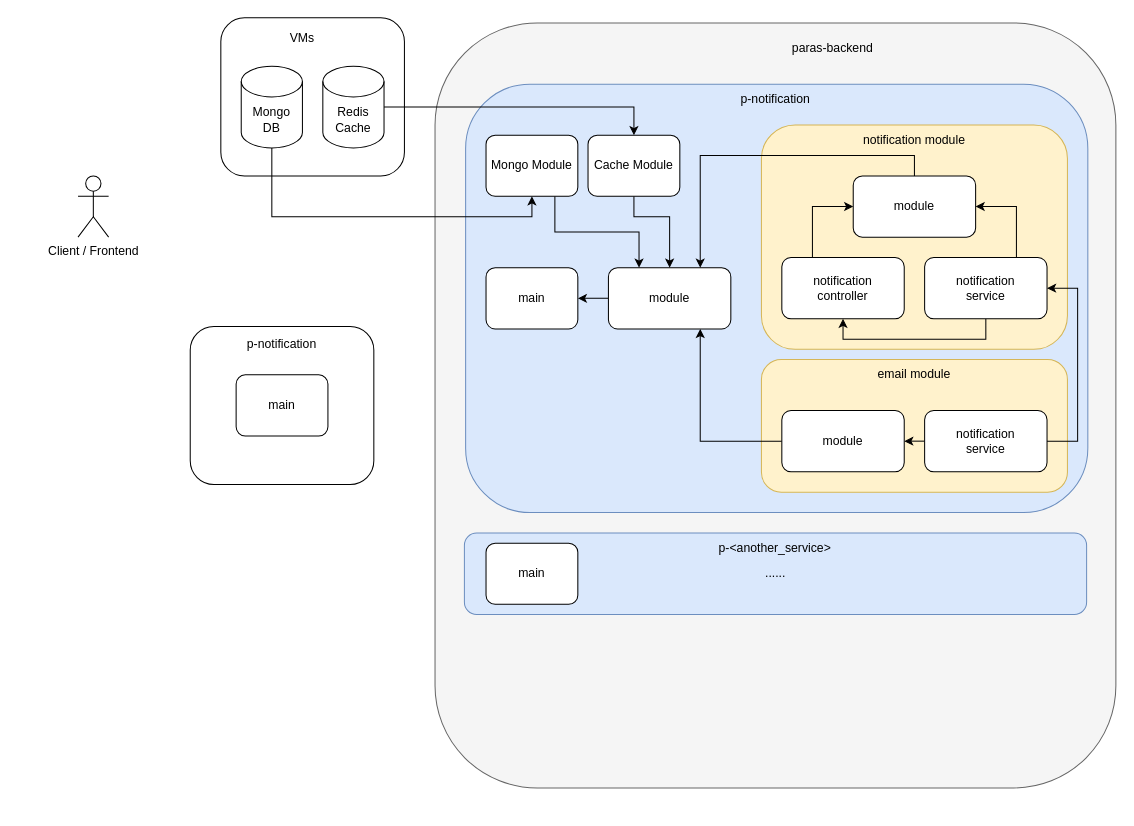
joundy/diagrams keeps this draw.io diagram as Untitled Diagram.drawio. Above is the earlier version. Source tidied: cells renumbered, new cells numbered last; positions are measured from the earlier drawing's top-left corner, leaving out a move shared by most shapes. Both pictures are drawn from the tidied source at 102%, with x=0, y=0 at pixel (78, 17).
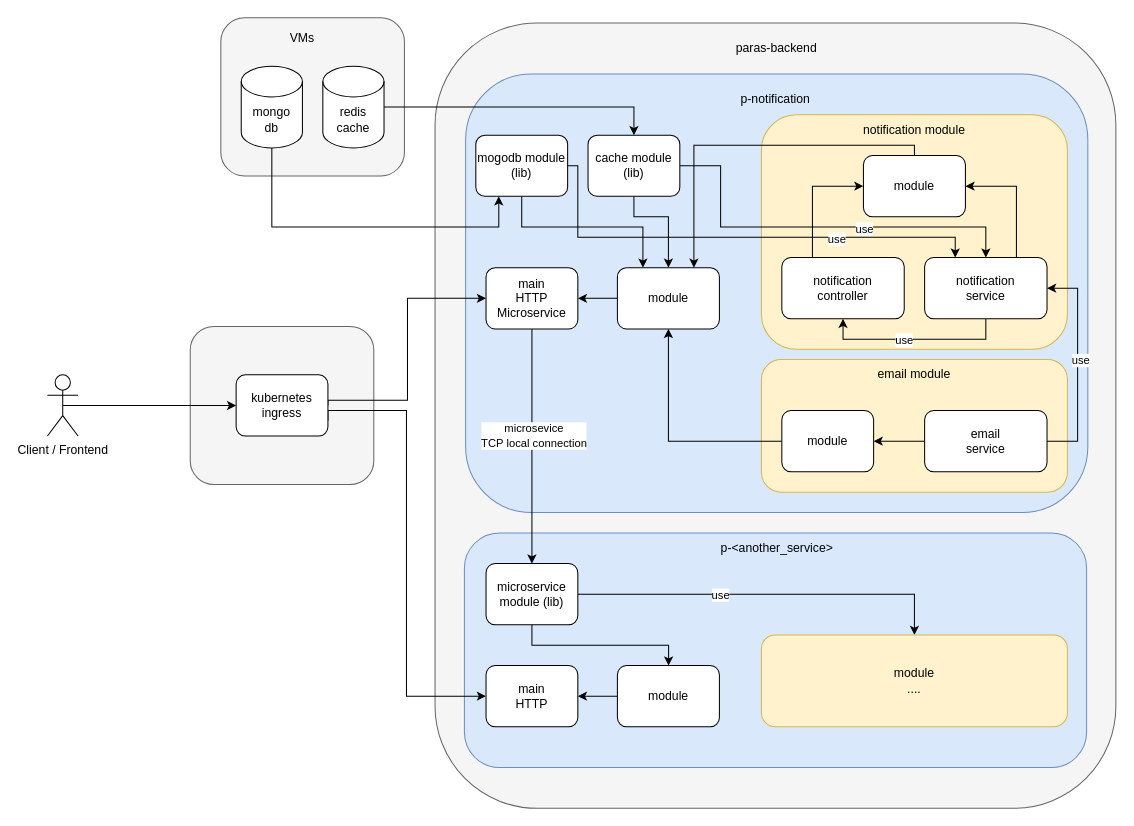
After the change.

Unchanged cells that the change refers to:
```xml
<mxCell id="14" style="edgeStyle=orthogonalEdgeStyle;rounded=0;jettySize=auto;html=1;exitX=0.5;exitY=1;exitDx=0;exitDy=0;entryX=0.5;entryY=1;entryDx=0;entryDy=0;" parent="1" edge="1" source="15" target="12">
  <mxGeometry relative="1" as="geometry">
    <Array as="points">
      <mxPoint x="890" y="315" />
      <mxPoint x="750" y="315" />
    </Array>
  </mxGeometry>
</mxCell>
<mxCell id="15" value="notification&lt;br&gt;service" style="rounded=1;whiteSpace=wrap;html=1;" parent="1" vertex="1">
  <mxGeometry x="830" y="235" width="120" height="60" as="geometry" />
</mxCell>
```

Change to the diagram source:
```diff
@@
-    <mxCell id="2" style="rounded=1;whiteSpace=wrap;html=1;" parent="1" vertex="1">
+    <mxCell id="2" style="rounded=1;whiteSpace=wrap;html=1;fillColor=#f5f5f5;fontColor=#333333;strokeColor=#666666;" parent="1" vertex="1">
       <mxGeometry x="140" width="180" height="155" as="geometry" />
     </mxCell>
     <mxCell id="3" style="rounded=1;whiteSpace=wrap;html=1;fillColor=#f5f5f5;fontColor=#333333;strokeColor=#666666;" parent="1" vertex="1">
-      <mxGeometry x="350" y="5" width="667.5" height="750" as="geometry" />
+      <mxGeometry x="350" y="5" width="667.5" height="770" as="geometry" />
     </mxCell>
     <mxCell id="4" style="rounded=1;whiteSpace=wrap;html=1;fillColor=#dae8fc;strokeColor=#6c8ebf;" parent="1" vertex="1">
-      <mxGeometry x="380" y="65" width="610" height="420" as="geometry" />
+      <mxGeometry x="380" y="55" width="610" height="430" as="geometry" />
     </mxCell>
     <mxCell id="5" value="Client / Frontend" style="shape=umlActor;verticalLabelPosition=bottom;verticalAlign=top;html=1;outlineConnect=0;" parent="1" vertex="1">
-      <mxGeometry y="155" width="30" height="60" as="geometry" />
+      <mxGeometry x="-30" y="350" width="30" height="60" as="geometry" />
     </mxCell>
@@
     <mxCell id="7" value="module" style="rounded=1;whiteSpace=wrap;html=1;" parent="1" vertex="1">
-      <mxGeometry x="520" y="245" width="120" height="60" as="geometry" />
+      <mxGeometry x="528.8" y="245" width="100" height="60" as="geometry" />
     </mxCell>
-    <mxCell id="8" style="edgeStyle=orthogonalEdgeStyle;rounded=0;jettySize=auto;html=1;exitX=0.5;exitY=1;exitDx=0;exitDy=0;exitPerimeter=0;entryX=0.5;entryY=1;entryDx=0;entryDy=0;" parent="1" edge="1" source="9" target="33">
-      <mxGeometry relative="1" as="geometry" />
+    <mxCell id="8" style="edgeStyle=orthogonalEdgeStyle;rounded=0;jettySize=auto;html=1;exitX=0.5;exitY=1;exitDx=0;exitDy=0;exitPerimeter=0;entryX=0.25;entryY=1;entryDx=0;entryDy=0;" parent="1" edge="1" source="9" target="33">
+      <mxGeometry relative="1" as="geometry">
+        <Array as="points">
+          <mxPoint x="190" y="205" />
+          <mxPoint x="413" y="205" />
+        </Array>
+      </mxGeometry>
     </mxCell>
-    <mxCell id="9" value="Mongo&lt;br&gt;DB" style="shape=cylinder3;whiteSpace=wrap;html=1;boundedLbl=1;backgroundOutline=1;size=15;" parent="1" vertex="1">
+    <mxCell id="9" value="mongo&lt;br&gt;db" style="shape=cylinder3;whiteSpace=wrap;html=1;boundedLbl=1;backgroundOutline=1;size=15;" parent="1" vertex="1">
       <mxGeometry x="160" y="47.5" width="60" height="80" as="geometry" />
     </mxCell>
     <mxCell id="10" style="rounded=1;whiteSpace=wrap;html=1;fillColor=#fff2cc;strokeColor=#d6b656;" parent="1" vertex="1">
-      <mxGeometry x="670" y="105" width="300" height="220" as="geometry" />
+      <mxGeometry x="670" y="95" width="300" height="230" as="geometry" />
     </mxCell>
@@
+    <mxCell id="42" value="use" style="edgeLabel;html=1;align=center;verticalAlign=middle;" parent="14" vertex="1">
+      <mxGeometry x="0.1" y="-3" relative="1" as="geometry">
+        <mxPoint x="-2" y="3" as="offset" />
+      </mxGeometry>
+    </mxCell>
@@
     <mxCell id="16" style="edgeStyle=orthogonalEdgeStyle;rounded=0;jettySize=auto;html=1;exitX=0.5;exitY=0;exitDx=0;exitDy=0;entryX=0.75;entryY=0;entryDx=0;entryDy=0;" parent="1" edge="1" source="17" target="7">
-      <mxGeometry relative="1" as="geometry" />
+      <mxGeometry relative="1" as="geometry">
+        <Array as="points">
+          <mxPoint x="820" y="125" />
+          <mxPoint x="604" y="125" />
+        </Array>
+      </mxGeometry>
     </mxCell>
     <mxCell id="17" value="module" style="rounded=1;whiteSpace=wrap;html=1;" parent="1" vertex="1">
-      <mxGeometry x="760" y="155" width="120" height="60" as="geometry" />
+      <mxGeometry x="770" y="135" width="100" height="60" as="geometry" />
     </mxCell>
     <mxCell id="18" value="notification module" style="text;html=1;strokeColor=none;fillColor=none;align=center;verticalAlign=middle;whiteSpace=wrap;rounded=0;" parent="1" vertex="1">
-      <mxGeometry x="765" y="105" width="110" height="30" as="geometry" />
+      <mxGeometry x="765" y="95" width="110" height="30" as="geometry" />
     </mxCell>
@@
-    <mxCell id="23" value="notification&lt;br&gt;service" style="rounded=1;whiteSpace=wrap;html=1;" parent="1" vertex="1">
+    <mxCell id="23" value="email&lt;br&gt;service" style="rounded=1;whiteSpace=wrap;html=1;" parent="1" vertex="1">
       <mxGeometry x="830" y="385" width="120" height="60" as="geometry" />
     </mxCell>
-    <mxCell id="24" style="edgeStyle=orthogonalEdgeStyle;rounded=0;jettySize=auto;html=1;exitX=0;exitY=0.5;exitDx=0;exitDy=0;entryX=0.75;entryY=1;entryDx=0;entryDy=0;" parent="1" edge="1" source="25" target="7">
+    <mxCell id="24" style="edgeStyle=orthogonalEdgeStyle;rounded=0;jettySize=auto;html=1;exitX=0;exitY=0.5;exitDx=0;exitDy=0;entryX=0.5;entryY=1;entryDx=0;entryDy=0;" parent="1" edge="1" source="25" target="7">
       <mxGeometry relative="1" as="geometry" />
     </mxCell>
     <mxCell id="25" value="module" style="rounded=1;whiteSpace=wrap;html=1;" parent="1" vertex="1">
-      <mxGeometry x="690" y="385" width="120" height="60" as="geometry" />
+      <mxGeometry x="690" y="385" width="90" height="60" as="geometry" />
     </mxCell>
@@
     <mxCell id="27" value="paras-backend" style="text;html=1;strokeColor=none;fillColor=none;align=center;verticalAlign=middle;whiteSpace=wrap;rounded=0;" parent="1" vertex="1">
-      <mxGeometry x="685" y="15" width="110" height="30" as="geometry" />
+      <mxGeometry x="630" y="15" width="110" height="30" as="geometry" />
     </mxCell>
@@
-    <mxCell id="30" value="Redis&lt;br&gt;Cache" style="shape=cylinder3;whiteSpace=wrap;html=1;boundedLbl=1;backgroundOutline=1;size=15;" parent="1" vertex="1">
+    <mxCell id="30" value="redis&lt;br&gt;cache" style="shape=cylinder3;whiteSpace=wrap;html=1;boundedLbl=1;backgroundOutline=1;size=15;" parent="1" vertex="1">
       <mxGeometry x="240" y="47.5" width="60" height="80" as="geometry" />
     </mxCell>
-    <mxCell id="31" value="main" style="rounded=1;whiteSpace=wrap;html=1;" parent="1" vertex="1">
+    <mxCell id="31" value="main&lt;br&gt;HTTP&lt;br&gt;Microservice" style="rounded=1;whiteSpace=wrap;html=1;" parent="1" vertex="1">
       <mxGeometry x="400" y="245" width="90" height="60" as="geometry" />
     </mxCell>
-    <mxCell id="32" style="edgeStyle=orthogonalEdgeStyle;rounded=0;jettySize=auto;html=1;exitX=0.75;exitY=1;exitDx=0;exitDy=0;entryX=0.25;entryY=0;entryDx=0;entryDy=0;" parent="1" edge="1" source="33" target="7">
-      <mxGeometry relative="1" as="geometry" />
+    <mxCell id="32" style="edgeStyle=orthogonalEdgeStyle;rounded=0;jettySize=auto;html=1;exitX=0.5;exitY=1;exitDx=0;exitDy=0;entryX=0.25;entryY=0;entryDx=0;entryDy=0;" parent="1" edge="1" source="33" target="7">
+      <mxGeometry relative="1" as="geometry">
+        <Array as="points">
+          <mxPoint x="435" y="205" />
+          <mxPoint x="554" y="205" />
+        </Array>
+      </mxGeometry>
     </mxCell>
+    <mxCell id="43" style="edgeStyle=orthogonalEdgeStyle;rounded=0;jettySize=auto;html=1;exitX=1;exitY=0.5;exitDx=0;exitDy=0;entryX=0.25;entryY=0;entryDx=0;entryDy=0;" parent="1" edge="1" source="33" target="15">
+      <mxGeometry relative="1" as="geometry">
+        <Array as="points">
+          <mxPoint x="490" y="145" />
+          <mxPoint x="490" y="215" />
+          <mxPoint x="860" y="215" />
+        </Array>
+      </mxGeometry>
+    </mxCell>
-    <mxCell id="33" value="Mongo Module" style="rounded=1;whiteSpace=wrap;html=1;" parent="1" vertex="1">
-      <mxGeometry x="400" y="115" width="90" height="60" as="geometry" />
+    <mxCell id="33" value="mogodb module (lib)" style="rounded=1;whiteSpace=wrap;html=1;" parent="1" vertex="1">
+      <mxGeometry x="390" y="115" width="90" height="60" as="geometry" />
     </mxCell>
     <mxCell id="34" style="edgeStyle=orthogonalEdgeStyle;rounded=0;jettySize=auto;html=1;exitX=0.5;exitY=1;exitDx=0;exitDy=0;entryX=0.5;entryY=0;entryDx=0;entryDy=0;" parent="1" edge="1" source="35" target="7">
       <mxGeometry relative="1" as="geometry">
         <Array as="points">
           <mxPoint x="545" y="195" />
-          <mxPoint x="580" y="195" />
+          <mxPoint x="579" y="195" />
         </Array>
       </mxGeometry>
     </mxCell>
+    <mxCell id="44" style="edgeStyle=orthogonalEdgeStyle;rounded=0;jettySize=auto;html=1;exitX=1;exitY=0.5;exitDx=0;exitDy=0;entryX=0.5;entryY=0;entryDx=0;entryDy=0;" parent="1" edge="1" source="35" target="15">
+      <mxGeometry relative="1" as="geometry">
+        <Array as="points">
+          <mxPoint x="630" y="145" />
+          <mxPoint x="630" y="205" />
+          <mxPoint x="890" y="205" />
+        </Array>
+      </mxGeometry>
+    </mxCell>
-    <mxCell id="35" value="Cache Module" style="rounded=1;whiteSpace=wrap;html=1;" parent="1" vertex="1">
+    <mxCell id="35" value="cache module&lt;br&gt;(lib)" style="rounded=1;whiteSpace=wrap;html=1;" parent="1" vertex="1">
       <mxGeometry x="500" y="115" width="90" height="60" as="geometry" />
     </mxCell>
-    <mxCell id="36" value="......" style="rounded=1;whiteSpace=wrap;html=1;fillColor=#dae8fc;strokeColor=#6c8ebf;" parent="1" vertex="1">
-      <mxGeometry x="378.8" y="505" width="610" height="80" as="geometry" />
+    <mxCell id="36" style="rounded=1;whiteSpace=wrap;html=1;fillColor=#dae8fc;strokeColor=#6c8ebf;" parent="1" vertex="1">
+      <mxGeometry x="378.8" y="505" width="610" height="230" as="geometry" />
     </mxCell>
     <mxCell id="37" value="p-&amp;lt;another_service&amp;gt;" style="text;html=1;strokeColor=none;fillColor=none;align=center;verticalAlign=middle;whiteSpace=wrap;rounded=0;" parent="1" vertex="1">
-      <mxGeometry x="614.4" y="505" width="138.8" height="30" as="geometry" />
+      <mxGeometry x="615.6" y="505" width="138.8" height="30" as="geometry" />
     </mxCell>
-    <mxCell id="38" value="main" style="rounded=1;whiteSpace=wrap;html=1;" parent="1" vertex="1">
-      <mxGeometry x="400" y="515" width="90" height="60" as="geometry" />
+    <mxCell id="38" value="main&lt;br&gt;HTTP" style="rounded=1;whiteSpace=wrap;html=1;" parent="1" vertex="1">
+      <mxGeometry x="400" y="635" width="90" height="60" as="geometry" />
     </mxCell>
-    <mxCell id="39" style="rounded=1;whiteSpace=wrap;html=1;" parent="1" vertex="1">
+    <mxCell id="39" style="rounded=1;whiteSpace=wrap;html=1;fillColor=#f5f5f5;fontColor=#333333;strokeColor=#666666;" parent="1" vertex="1">
       <mxGeometry x="110" y="302.5" width="180" height="155" as="geometry" />
     </mxCell>
+    <mxCell id="45" style="edgeStyle=orthogonalEdgeStyle;rounded=0;jettySize=auto;html=1;exitX=1;exitY=0.5;exitDx=0;exitDy=0;entryX=0;entryY=0.5;entryDx=0;entryDy=0;" parent="1" edge="1" source="40" target="31">
+      <mxGeometry relative="1" as="geometry">
+        <Array as="points">
+          <mxPoint x="245" y="375" />
+          <mxPoint x="323" y="375" />
+          <mxPoint x="323" y="275" />
+        </Array>
+      </mxGeometry>
+    </mxCell>
+    <mxCell id="46" style="edgeStyle=orthogonalEdgeStyle;rounded=0;jettySize=auto;html=1;exitX=1;exitY=0.75;exitDx=0;exitDy=0;entryX=0;entryY=0.5;entryDx=0;entryDy=0;" parent="1" edge="1" source="40" target="38">
+      <mxGeometry relative="1" as="geometry">
+        <Array as="points">
+          <mxPoint x="245" y="385" />
+          <mxPoint x="322" y="385" />
+          <mxPoint x="322" y="665" />
+        </Array>
+      </mxGeometry>
+    </mxCell>
-    <mxCell id="40" value="main" style="rounded=1;whiteSpace=wrap;html=1;" parent="1" vertex="1">
+    <mxCell id="40" value="kubernetes&lt;br&gt;ingress" style="rounded=1;whiteSpace=wrap;html=1;" parent="1" vertex="1">
       <mxGeometry x="155" y="350" width="90" height="60" as="geometry" />
     </mxCell>
-    <mxCell id="41" value="p-notification" style="text;html=1;strokeColor=none;fillColor=none;align=center;verticalAlign=middle;whiteSpace=wrap;rounded=0;" parent="1" vertex="1">
-      <mxGeometry x="145" y="305" width="110" height="30" as="geometry" />
-    </mxCell>
+    <mxCell id="47" value="use" style="edgeLabel;html=1;align=center;verticalAlign=middle;" parent="1" vertex="1">
+      <mxGeometry x="980" y="335" as="geometry">
+        <mxPoint x="2" as="offset" />
+      </mxGeometry>
+    </mxCell>
+    <mxCell id="48" value="use" style="edgeLabel;html=1;align=center;verticalAlign=middle;" parent="1" vertex="1">
+      <mxGeometry x="738.7" y="245" as="geometry">
+        <mxPoint x="5" y="-29" as="offset" />
+      </mxGeometry>
+    </mxCell>
+    <mxCell id="49" value="use" style="edgeLabel;html=1;align=center;verticalAlign=middle;" parent="1" vertex="1">
+      <mxGeometry x="765" y="235" as="geometry">
+        <mxPoint x="5" y="-29" as="offset" />
+      </mxGeometry>
+    </mxCell>
+    <mxCell id="50" style="edgeStyle=orthogonalEdgeStyle;rounded=0;jettySize=auto;html=1;exitX=0;exitY=0.5;exitDx=0;exitDy=0;entryX=1;entryY=0.5;entryDx=0;entryDy=0;" parent="1" edge="1" source="51" target="38">
+      <mxGeometry relative="1" as="geometry" />
+    </mxCell>
+    <mxCell id="51" value="module" style="rounded=1;whiteSpace=wrap;html=1;" parent="1" vertex="1">
+      <mxGeometry x="528.8" y="635" width="100" height="60" as="geometry" />
+    </mxCell>
+    <mxCell id="52" style="edgeStyle=orthogonalEdgeStyle;rounded=0;jettySize=auto;html=1;exitX=0.5;exitY=1;exitDx=0;exitDy=0;" parent="1" edge="1" source="55" target="51">
+      <mxGeometry relative="1" as="geometry">
+        <Array as="points">
+          <mxPoint x="445" y="615" />
+          <mxPoint x="579" y="615" />
+        </Array>
+      </mxGeometry>
+    </mxCell>
+    <mxCell id="53" style="edgeStyle=orthogonalEdgeStyle;rounded=0;jettySize=auto;html=1;exitX=1;exitY=0.5;exitDx=0;exitDy=0;" parent="1" edge="1" source="55" target="58">
+      <mxGeometry relative="1" as="geometry" />
+    </mxCell>
+    <mxCell id="54" value="use" style="edgeLabel;html=1;align=center;verticalAlign=middle;" parent="53" vertex="1">
+      <mxGeometry x="-0.23" y="-4" relative="1" as="geometry">
+        <mxPoint x="-3" y="-4" as="offset" />
+      </mxGeometry>
+    </mxCell>
+    <mxCell id="55" value="microservice module (lib)" style="rounded=1;whiteSpace=wrap;html=1;" parent="1" vertex="1">
+      <mxGeometry x="400" y="535" width="90" height="60" as="geometry" />
+    </mxCell>
+    <mxCell id="56" style="edgeStyle=orthogonalEdgeStyle;rounded=0;jettySize=auto;html=1;exitX=0.5;exitY=1;exitDx=0;exitDy=0;" parent="1" edge="1" source="31" target="55">
+      <mxGeometry relative="1" as="geometry" />
+    </mxCell>
+    <mxCell id="57" value="microsevice&lt;br&gt;TCP local connection" style="edgeLabel;html=1;align=center;verticalAlign=middle;" parent="56" vertex="1">
+      <mxGeometry x="-0.1" y="1" relative="1" as="geometry" />
+    </mxCell>
+    <mxCell id="58" value="module&lt;br&gt;...." style="rounded=1;whiteSpace=wrap;html=1;fillColor=#fff2cc;strokeColor=#d6b656;" parent="1" vertex="1">
+      <mxGeometry x="670" y="605" width="300" height="90" as="geometry" />
+    </mxCell>
+    <mxCell id="59" style="edgeStyle=orthogonalEdgeStyle;rounded=0;jettySize=auto;html=1;exitX=0.5;exitY=0.5;exitDx=0;exitDy=0;exitPerimeter=0;" parent="1" edge="1" source="5" target="40">
+      <mxGeometry relative="1" as="geometry" />
+    </mxCell>
```
